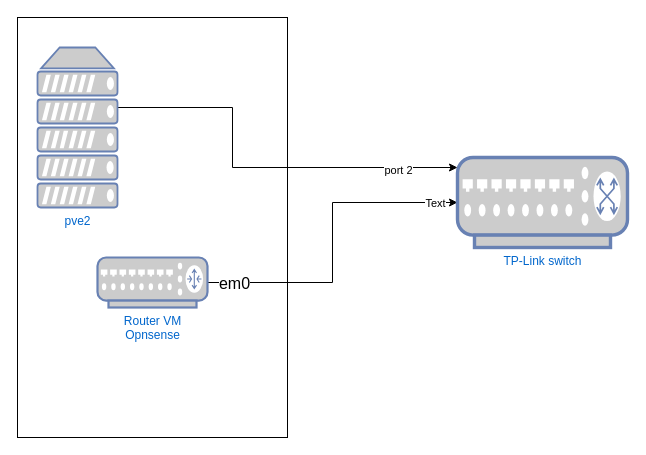
Before: network.drawio in wyxtpthll/testas, a draw.io diagram. Source tidied: cells renumbered, new cells numbered last; positions are measured from the earlier drawing's top-left corner, leaving out a move shared by most shapes. Both pictures are drawn from the tidied source at 100%, with x=0, y=0 at pixel (17, 17).
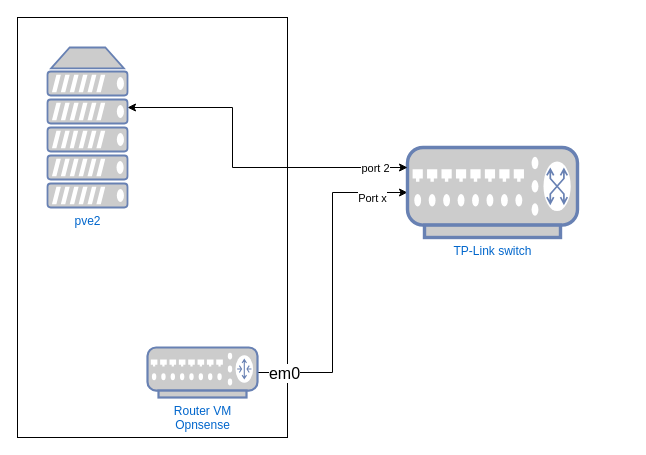
After the change.

The edit, as a diff of the source:
```diff
@@
 <mxGraphModel>
   <root>
     <mxCell id="0" />
     <mxCell id="1" parent="0" />
     <mxCell id="2" style="rounded=0;whiteSpace=wrap;html=1;" parent="1" vertex="1">
       <mxGeometry width="270" height="420" as="geometry" />
     </mxCell>
     <mxCell id="3" style="edgeStyle=orthogonalEdgeStyle;rounded=0;jettySize=auto;html=1;entryX=0;entryY=0.5;entryDx=0;entryDy=0;entryPerimeter=0;" parent="1" edge="1" source="6" target="7">
       <mxGeometry relative="1" as="geometry" />
     </mxCell>
     <mxCell id="4" value="em0" style="edgeLabel;html=1;align=center;verticalAlign=middle;fontSize=16;" parent="3" vertex="1">
       <mxGeometry x="-0.69" y="-2" relative="1" as="geometry">
         <mxPoint x="-25" y="-2" as="offset" />
       </mxGeometry>
     </mxCell>
-    <mxCell id="5" value="Text" style="edgeLabel;html=1;align=center;verticalAlign=middle;" parent="3" vertex="1">
-      <mxGeometry x="0.86" relative="1" as="geometry" />
+    <mxCell id="5" value="Port x" style="edgeLabel;html=1;align=center;verticalAlign=middle;" parent="3" vertex="1">
+      <mxGeometry x="0.86" relative="1" as="geometry">
+        <mxPoint x="-13" y="5" as="offset" />
+      </mxGeometry>
     </mxCell>
     <mxCell id="6" value="Router VM&lt;br&gt;Opnsense" style="fontColor=#0066CC;verticalAlign=top;verticalLabelPosition=bottom;labelPosition=center;align=center;html=1;outlineConnect=0;fillColor=#CCCCCC;strokeColor=#6881B3;gradientColor=none;gradientDirection=north;strokeWidth=2;shape=mxgraph.networks.router;" parent="1" vertex="1">
-      <mxGeometry x="80" y="240" width="110" height="50" as="geometry" />
+      <mxGeometry x="130" y="330" width="110" height="50" as="geometry" />
     </mxCell>
     <mxCell id="7" value="TP-Link switch" style="fontColor=#0066CC;verticalAlign=top;verticalLabelPosition=bottom;labelPosition=center;align=center;html=1;outlineConnect=0;fillColor=#CCCCCC;strokeColor=#6881B3;gradientColor=none;gradientDirection=north;strokeWidth=2;shape=mxgraph.networks.switch;" parent="1" vertex="1">
-      <mxGeometry x="440" y="140" width="170" height="90" as="geometry" />
+      <mxGeometry x="390" y="130" width="170" height="90" as="geometry" />
     </mxCell>
-    <mxCell id="8" style="edgeStyle=orthogonalEdgeStyle;rounded=0;jettySize=auto;html=1;" parent="1" edge="1" source="10" target="7">
+    <mxCell id="8" style="edgeStyle=orthogonalEdgeStyle;rounded=0;jettySize=auto;html=1;startArrow=classic;startFill=1;" parent="1" edge="1" source="10" target="7">
       <mxGeometry relative="1" as="geometry">
         <Array as="points">
           <mxPoint x="215" y="90" />
           <mxPoint x="215" y="150" />
         </Array>
       </mxGeometry>
     </mxCell>
     <mxCell id="9" value="port 2" style="edgeLabel;html=1;align=center;verticalAlign=middle;" parent="8" vertex="1">
-      <mxGeometry x="0.7" y="-2" relative="1" as="geometry" />
+      <mxGeometry x="0.7" y="-2" relative="1" as="geometry">
+        <mxPoint x="18" y="-2" as="offset" />
+      </mxGeometry>
     </mxCell>
     <mxCell id="10" value="pve2" style="fontColor=#0066CC;verticalAlign=top;verticalLabelPosition=bottom;labelPosition=center;align=center;html=1;outlineConnect=0;fillColor=#CCCCCC;strokeColor=#6881B3;gradientColor=none;gradientDirection=north;strokeWidth=2;shape=mxgraph.networks.server;" parent="1" vertex="1">
-      <mxGeometry x="20" y="30" width="80" height="160" as="geometry" />
+      <mxGeometry x="30" y="30" width="80" height="160" as="geometry" />
     </mxCell>
   </root>
 </mxGraphModel>
```
